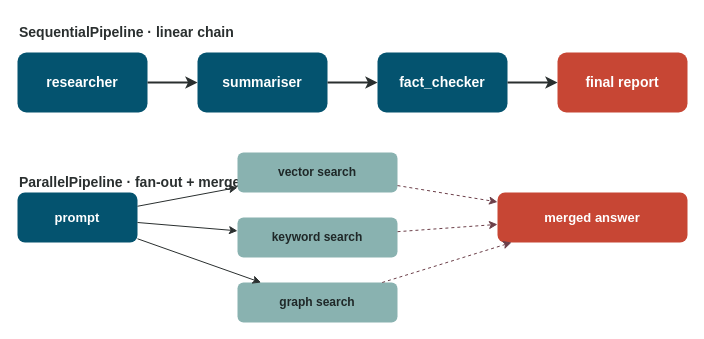
Above: page "Composition" (1 of 8) of docs/img/patterns/tulip-patterns.drawio in tuliplabs-ai/docs (draw.io), before the change. Source tidied: cells renumbered, new cells numbered last; positions are measured from the earlier drawing's top-left corner, leaving out a move shared by most shapes. Both pictures are drawn from the tidied source at 100%, with x=0, y=0 at pixel (17, 17).
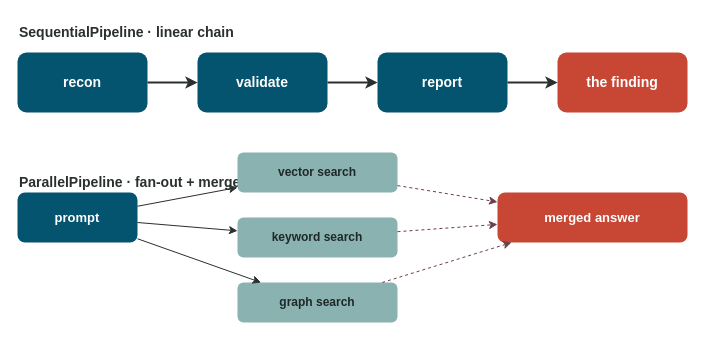
The same page after the edit.

The edit, as a diff of the source:
```diff
@@
-    <mxCell id="3" value="researcher" style="rounded=1;whiteSpace=wrap;html=1;fillColor=#04536F;strokeColor=none;fontColor=#FFFFFF;fontSize=14;fontStyle=1;" parent="1" vertex="1">
+    <mxCell id="3" value="recon" style="rounded=1;whiteSpace=wrap;html=1;fillColor=#04536F;strokeColor=none;fontColor=#FFFFFF;fontSize=14;fontStyle=1;" parent="1" vertex="1">
       <mxGeometry y="35" width="130" height="60" as="geometry" />
     </mxCell>
-    <mxCell id="4" value="summariser" style="rounded=1;whiteSpace=wrap;html=1;fillColor=#04536F;strokeColor=none;fontColor=#FFFFFF;fontSize=14;fontStyle=1;" parent="1" vertex="1">
+    <mxCell id="4" value="validate" style="rounded=1;whiteSpace=wrap;html=1;fillColor=#04536F;strokeColor=none;fontColor=#FFFFFF;fontSize=14;fontStyle=1;" parent="1" vertex="1">
       <mxGeometry x="180" y="35" width="130" height="60" as="geometry" />
     </mxCell>
-    <mxCell id="5" value="fact_checker" style="rounded=1;whiteSpace=wrap;html=1;fillColor=#04536F;strokeColor=none;fontColor=#FFFFFF;fontSize=14;fontStyle=1;" parent="1" vertex="1">
+    <mxCell id="5" value="report" style="rounded=1;whiteSpace=wrap;html=1;fillColor=#04536F;strokeColor=none;fontColor=#FFFFFF;fontSize=14;fontStyle=1;" parent="1" vertex="1">
       <mxGeometry x="360" y="35" width="130" height="60" as="geometry" />
     </mxCell>
-    <mxCell id="6" value="final report" style="rounded=1;whiteSpace=wrap;html=1;fillColor=#C74634;strokeColor=none;fontColor=#FFFFFF;fontSize=14;fontStyle=1;" parent="1" vertex="1">
+    <mxCell id="6" value="the finding" style="rounded=1;whiteSpace=wrap;html=1;fillColor=#C74634;strokeColor=none;fontColor=#FFFFFF;fontSize=14;fontStyle=1;" parent="1" vertex="1">
       <mxGeometry x="540" y="35" width="130" height="60" as="geometry" />
     </mxCell>
```
